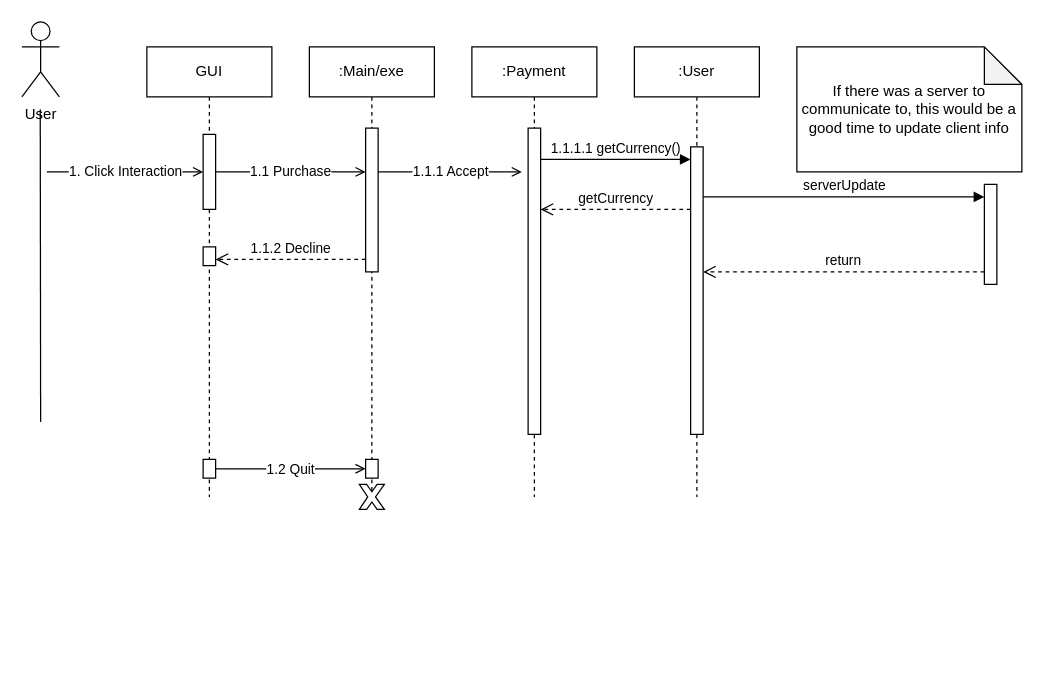
KO-KAYO/csprojectUML keeps this draw.io diagram as Sequence.drawio. Above is the earlier version. Source tidied: cells renumbered, new cells numbered last; positions are measured from the earlier drawing's top-left corner, leaving out a move shared by most shapes. Both pictures are drawn from the tidied source at 125%, with x=0, y=0 at pixel (21, 21).
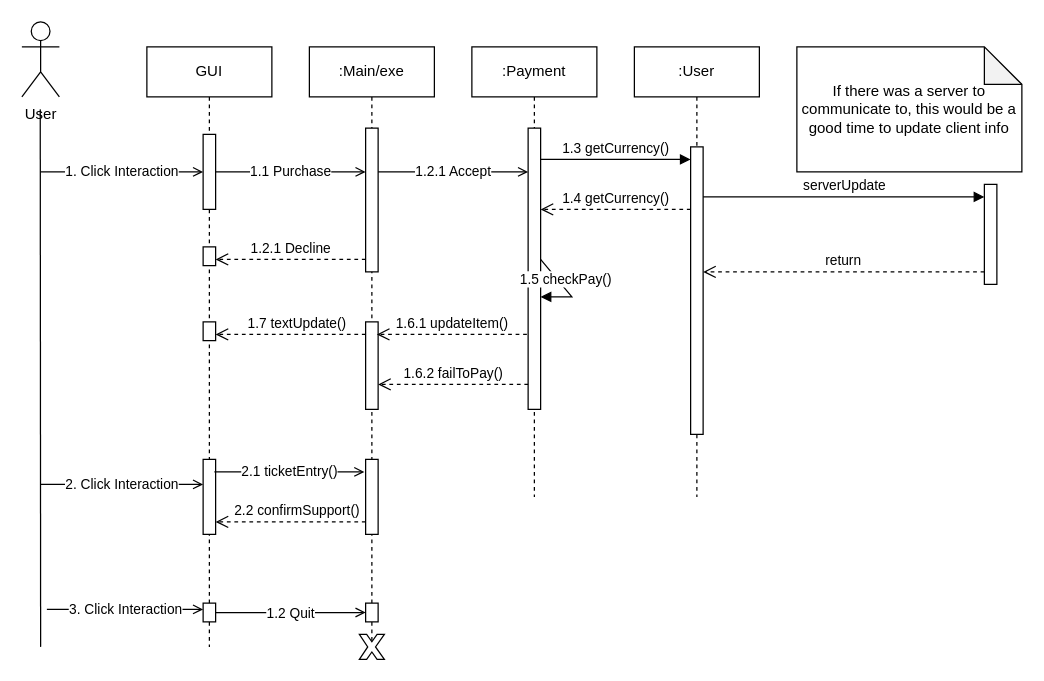
Above is the later version.

The change refers to these unchanged cells:
```xml
<mxCell id="2" value=":Payment" style="shape=umlLifeline;perimeter=lifelinePerimeter;whiteSpace=wrap;html=1;newEdgeStyle={&quot;edgeStyle&quot;:&quot;elbowEdgeStyle&quot;,&quot;elbow&quot;:&quot;vertical&quot;,&quot;curved&quot;:0,&quot;rounded&quot;:0};" parent="1" vertex="1">
  <mxGeometry x="360" y="20" width="100" height="360" as="geometry" />
</mxCell>
<mxCell id="12" style="html=1;points=[];perimeter=orthogonalPerimeter;outlineConnect=0;targetShapes=umlLifeline;portConstraint=eastwest;newEdgeStyle={&quot;edgeStyle&quot;:&quot;elbowEdgeStyle&quot;,&quot;elbow&quot;:&quot;vertical&quot;,&quot;curved&quot;:0,&quot;rounded&quot;:0};" parent="11" vertex="1">
  <mxGeometry x="45" y="70" width="10" height="60" as="geometry" />
</mxCell>
<mxCell id="13" style="html=1;points=[];perimeter=orthogonalPerimeter;outlineConnect=0;targetShapes=umlLifeline;portConstraint=eastwest;newEdgeStyle={&quot;edgeStyle&quot;:&quot;elbowEdgeStyle&quot;,&quot;elbow&quot;:&quot;vertical&quot;,&quot;curved&quot;:0,&quot;rounded&quot;:0};" parent="11" vertex="1">
  <mxGeometry x="45" y="160" width="10" height="15" as="geometry" />
</mxCell>
<mxCell id="19" style="html=1;points=[];perimeter=orthogonalPerimeter;outlineConnect=0;targetShapes=umlLifeline;portConstraint=eastwest;newEdgeStyle={&quot;edgeStyle&quot;:&quot;elbowEdgeStyle&quot;,&quot;elbow&quot;:&quot;vertical&quot;,&quot;curved&quot;:0,&quot;rounded&quot;:0};" parent="18" vertex="1">
  <mxGeometry x="45" y="65" width="10" height="115" as="geometry" />
</mxCell>
```

Change to the diagram source:
```diff
@@
     <mxCell id="3" style="html=1;points=[];perimeter=orthogonalPerimeter;outlineConnect=0;targetShapes=umlLifeline;portConstraint=eastwest;newEdgeStyle={&quot;edgeStyle&quot;:&quot;elbowEdgeStyle&quot;,&quot;elbow&quot;:&quot;vertical&quot;,&quot;curved&quot;:0,&quot;rounded&quot;:0};" parent="2" vertex="1">
-      <mxGeometry x="45" y="65" width="10" height="245" as="geometry" />
+      <mxGeometry x="45" y="65" width="10" height="225" as="geometry" />
     </mxCell>
@@
-    <mxCell id="6" value="1.1.1.1 getCurrency()" style="html=1;verticalAlign=bottom;endArrow=block;edgeStyle=elbowEdgeStyle;elbow=vertical;curved=0;rounded=0;" parent="1" edge="1">
+    <mxCell id="6" value="1.3 getCurrency()" style="html=1;verticalAlign=bottom;endArrow=block;edgeStyle=elbowEdgeStyle;elbow=vertical;curved=0;rounded=0;" parent="1" edge="1">
       <mxGeometry relative="1" as="geometry">
         <mxPoint x="415" y="110" as="sourcePoint" />
         <mxPoint x="535" y="110" as="targetPoint" />
         <Array as="points">
           <mxPoint x="440" y="110" />
         </Array>
       </mxGeometry>
     </mxCell>
-    <mxCell id="7" value="getCurrency" style="html=1;verticalAlign=bottom;endArrow=open;dashed=1;endSize=8;edgeStyle=elbowEdgeStyle;elbow=vertical;curved=0;rounded=0;" parent="1" edge="1">
+    <mxCell id="7" value="1.4 getCurrency()" style="html=1;verticalAlign=bottom;endArrow=open;dashed=1;endSize=8;edgeStyle=elbowEdgeStyle;elbow=vertical;curved=0;rounded=0;fontStyle=0;" parent="1" edge="1">
       <mxGeometry relative="1" as="geometry">
         <mxPoint x="535" y="150" as="sourcePoint" />
         <mxPoint x="415" y="150" as="targetPoint" />
         <Array as="points">
           <mxPoint x="430" y="150" />
         </Array>
       </mxGeometry>
     </mxCell>
@@
     <mxCell id="11" value="GUI" style="shape=umlLifeline;perimeter=lifelinePerimeter;whiteSpace=wrap;html=1;newEdgeStyle={&quot;edgeStyle&quot;:&quot;elbowEdgeStyle&quot;,&quot;elbow&quot;:&quot;vertical&quot;,&quot;curved&quot;:0,&quot;rounded&quot;:0};" parent="1" vertex="1">
-      <mxGeometry x="100" y="20" width="100" height="360" as="geometry" />
+      <mxGeometry x="100" y="20" width="100" height="480" as="geometry" />
     </mxCell>
@@
     <mxCell id="14" style="html=1;points=[];perimeter=orthogonalPerimeter;outlineConnect=0;targetShapes=umlLifeline;portConstraint=eastwest;newEdgeStyle={&quot;edgeStyle&quot;:&quot;elbowEdgeStyle&quot;,&quot;elbow&quot;:&quot;vertical&quot;,&quot;curved&quot;:0,&quot;rounded&quot;:0};" parent="11" vertex="1">
-      <mxGeometry x="45" y="330" width="10" height="15" as="geometry" />
+      <mxGeometry x="45" y="445" width="10" height="15" as="geometry" />
     </mxCell>
+    <mxCell id="27" style="html=1;points=[];perimeter=orthogonalPerimeter;outlineConnect=0;targetShapes=umlLifeline;portConstraint=eastwest;newEdgeStyle={&quot;edgeStyle&quot;:&quot;elbowEdgeStyle&quot;,&quot;elbow&quot;:&quot;vertical&quot;,&quot;curved&quot;:0,&quot;rounded&quot;:0};" parent="11" vertex="1">
+      <mxGeometry x="45" y="220" width="10" height="15" as="geometry" />
+    </mxCell>
+    <mxCell id="28" style="html=1;points=[];perimeter=orthogonalPerimeter;outlineConnect=0;targetShapes=umlLifeline;portConstraint=eastwest;newEdgeStyle={&quot;edgeStyle&quot;:&quot;elbowEdgeStyle&quot;,&quot;elbow&quot;:&quot;vertical&quot;,&quot;curved&quot;:0,&quot;rounded&quot;:0};" parent="11" vertex="1">
+      <mxGeometry x="45" y="330" width="10" height="60" as="geometry" />
+    </mxCell>
@@
     <mxCell id="16" style="endArrow=none;html=1;rounded=0;" parent="1" edge="1">
       <mxGeometry relative="1" as="geometry">
         <mxPoint x="14.7" y="70" as="sourcePoint" />
-        <mxPoint x="15" y="320" as="targetPoint" />
+        <mxPoint x="15" y="500" as="targetPoint" />
       </mxGeometry>
     </mxCell>
-    <mxCell id="17" value="1. Click Interaction" style="endArrow=open;html=1;rounded=0;endFill=0;" parent="1" edge="1" target="12">
-      <mxGeometry relative="1" as="geometry">
-        <mxPoint x="20" y="120" as="sourcePoint" />
-      </mxGeometry>
-    </mxCell>
     <mxCell id="18" value=":Main/exe" style="shape=umlLifeline;perimeter=lifelinePerimeter;whiteSpace=wrap;html=1;newEdgeStyle={&quot;edgeStyle&quot;:&quot;elbowEdgeStyle&quot;,&quot;elbow&quot;:&quot;vertical&quot;,&quot;curved&quot;:0,&quot;rounded&quot;:0};" parent="1" vertex="1">
-      <mxGeometry x="230" y="20" width="100" height="360" as="geometry" />
+      <mxGeometry x="230" y="20" width="100" height="480" as="geometry" />
     </mxCell>
@@
     <mxCell id="20" style="html=1;points=[];perimeter=orthogonalPerimeter;outlineConnect=0;targetShapes=umlLifeline;portConstraint=eastwest;newEdgeStyle={&quot;edgeStyle&quot;:&quot;elbowEdgeStyle&quot;,&quot;elbow&quot;:&quot;vertical&quot;,&quot;curved&quot;:0,&quot;rounded&quot;:0};" parent="18" vertex="1">
-      <mxGeometry x="45" y="330" width="10" height="15" as="geometry" />
+      <mxGeometry x="45" y="445" width="10" height="15" as="geometry" />
     </mxCell>
+    <mxCell id="29" style="html=1;points=[];perimeter=orthogonalPerimeter;outlineConnect=0;targetShapes=umlLifeline;portConstraint=eastwest;newEdgeStyle={&quot;edgeStyle&quot;:&quot;elbowEdgeStyle&quot;,&quot;elbow&quot;:&quot;vertical&quot;,&quot;curved&quot;:0,&quot;rounded&quot;:0};" parent="18" vertex="1">
+      <mxGeometry x="45" y="220" width="10" height="70" as="geometry" />
+    </mxCell>
+    <mxCell id="30" style="html=1;perimeter=orthogonalPerimeter;targetShapes=umlLifeline;newEdgeStyle={&quot;edgeStyle&quot;:&quot;elbowEdgeStyle&quot;,&quot;elbow&quot;:&quot;vertical&quot;,&quot;curved&quot;:0,&quot;rounded&quot;:0};" parent="18" vertex="1">
+      <mxGeometry x="45" y="330" width="10" height="60" as="geometry" />
+    </mxCell>
@@
-    <mxCell id="22" value="1.1.1 Accept" style="endArrow=open;html=1;rounded=0;endFill=0;" parent="1" edge="1">
+    <mxCell id="22" value="1.2.1 Accept" style="endArrow=open;html=1;rounded=0;endFill=0;" parent="1" edge="1" target="3">
       <mxGeometry relative="1" as="geometry">
         <mxPoint x="285" y="120" as="sourcePoint" />
-        <mxPoint x="400" y="120" as="targetPoint" />
       </mxGeometry>
     </mxCell>
@@
-    <mxCell id="24" value="1.1.2 Decline" style="html=1;verticalAlign=bottom;endArrow=open;dashed=1;endSize=8;edgeStyle=elbowEdgeStyle;elbow=vertical;curved=0;rounded=0;" parent="1" edge="1" source="19" target="13">
+    <mxCell id="24" value="1.2.1 Decline" style="html=1;verticalAlign=bottom;endArrow=open;dashed=1;endSize=8;edgeStyle=elbowEdgeStyle;elbow=vertical;curved=0;rounded=0;" parent="1" edge="1" source="19" target="13">
       <mxGeometry relative="1" as="geometry">
         <Array as="points">
           <mxPoint x="175" y="190" />
         </Array>
       </mxGeometry>
     </mxCell>
     <mxCell id="25" style="verticalLabelPosition=bottom;verticalAlign=top;html=1;shape=mxgraph.basic.x;" parent="1" vertex="1">
-      <mxGeometry x="270" y="370" width="20" height="20" as="geometry" />
+      <mxGeometry x="270" y="490" width="20" height="20" as="geometry" />
     </mxCell>
@@
+    <mxCell id="31" value="1.6.1 updateItem()" style="html=1;verticalAlign=bottom;endArrow=open;dashed=1;endSize=8;edgeStyle=elbowEdgeStyle;elbow=vertical;curved=0;rounded=0;" parent="1" edge="1">
+      <mxGeometry relative="1" as="geometry">
+        <mxPoint x="404" y="250" as="sourcePoint" />
+        <mxPoint x="284" y="250" as="targetPoint" />
+        <Array as="points">
+          <mxPoint x="294" y="250" />
+        </Array>
+      </mxGeometry>
+    </mxCell>
+    <mxCell id="32" value="1.7&amp;nbsp;textUpdate()" style="html=1;verticalAlign=bottom;endArrow=open;dashed=1;endSize=8;edgeStyle=elbowEdgeStyle;elbow=vertical;curved=0;rounded=0;" parent="1" edge="1" source="29" target="27">
+      <mxGeometry x="-0.08" relative="1" as="geometry">
+        <Array as="points">
+          <mxPoint x="170" y="250" />
+        </Array>
+      </mxGeometry>
+    </mxCell>
+    <mxCell id="33" value="1.5 checkPay()" style="html=1;verticalAlign=bottom;endArrow=block;edgeStyle=elbowEdgeStyle;elbow=vertical;curved=0;rounded=0;" parent="1" edge="1" target="3">
+      <mxGeometry relative="1" as="geometry">
+        <mxPoint x="415" y="190" as="sourcePoint" />
+        <Array as="points">
+          <mxPoint x="440" y="220" />
+        </Array>
+      </mxGeometry>
+    </mxCell>
+    <mxCell id="34" value="1.6.2 failToPay()" style="html=1;verticalAlign=bottom;endArrow=open;dashed=1;endSize=8;edgeStyle=elbowEdgeStyle;elbow=vertical;curved=0;rounded=0;" parent="1" edge="1" source="3" target="29">
+      <mxGeometry relative="1" as="geometry">
+        <Array as="points">
+          <mxPoint x="300" y="290" />
+        </Array>
+      </mxGeometry>
+    </mxCell>
+    <mxCell id="35" value="2. Click Interaction" style="endArrow=open;html=1;rounded=0;endFill=0;" parent="1" edge="1" target="28">
+      <mxGeometry relative="1" as="geometry">
+        <mxPoint x="15" y="370" as="sourcePoint" />
+      </mxGeometry>
+    </mxCell>
+    <mxCell id="17" value="1. Click Interaction" style="endArrow=open;html=1;rounded=0;endFill=0;" parent="1" edge="1" target="12">
+      <mxGeometry relative="1" as="geometry">
+        <mxPoint x="15" y="120" as="sourcePoint" />
+      </mxGeometry>
+    </mxCell>
+    <mxCell id="36" value="3. Click Interaction" style="endArrow=open;html=1;rounded=0;endFill=0;" parent="1" edge="1">
+      <mxGeometry relative="1" as="geometry">
+        <mxPoint x="20" y="470" as="sourcePoint" />
+        <mxPoint x="145" y="470" as="targetPoint" />
+      </mxGeometry>
+    </mxCell>
+    <mxCell id="37" value="2.1 ticketEntry()" style="endArrow=open;html=1;rounded=0;endFill=0;" parent="1" edge="1">
+      <mxGeometry relative="1" as="geometry">
+        <mxPoint x="154" y="360" as="sourcePoint" />
+        <mxPoint x="274" y="360" as="targetPoint" />
+      </mxGeometry>
+    </mxCell>
+    <mxCell id="38" value="2.2 confirmSupport()" style="html=1;verticalAlign=bottom;endArrow=open;dashed=1;endSize=8;edgeStyle=elbowEdgeStyle;elbow=vertical;curved=0;rounded=0;" parent="1" edge="1">
+      <mxGeometry x="-0.08" relative="1" as="geometry">
+        <mxPoint x="275" y="400" as="sourcePoint" />
+        <mxPoint x="155" y="400" as="targetPoint" />
+        <Array as="points">
+          <mxPoint x="170" y="400" />
+        </Array>
+      </mxGeometry>
+    </mxCell>
```
